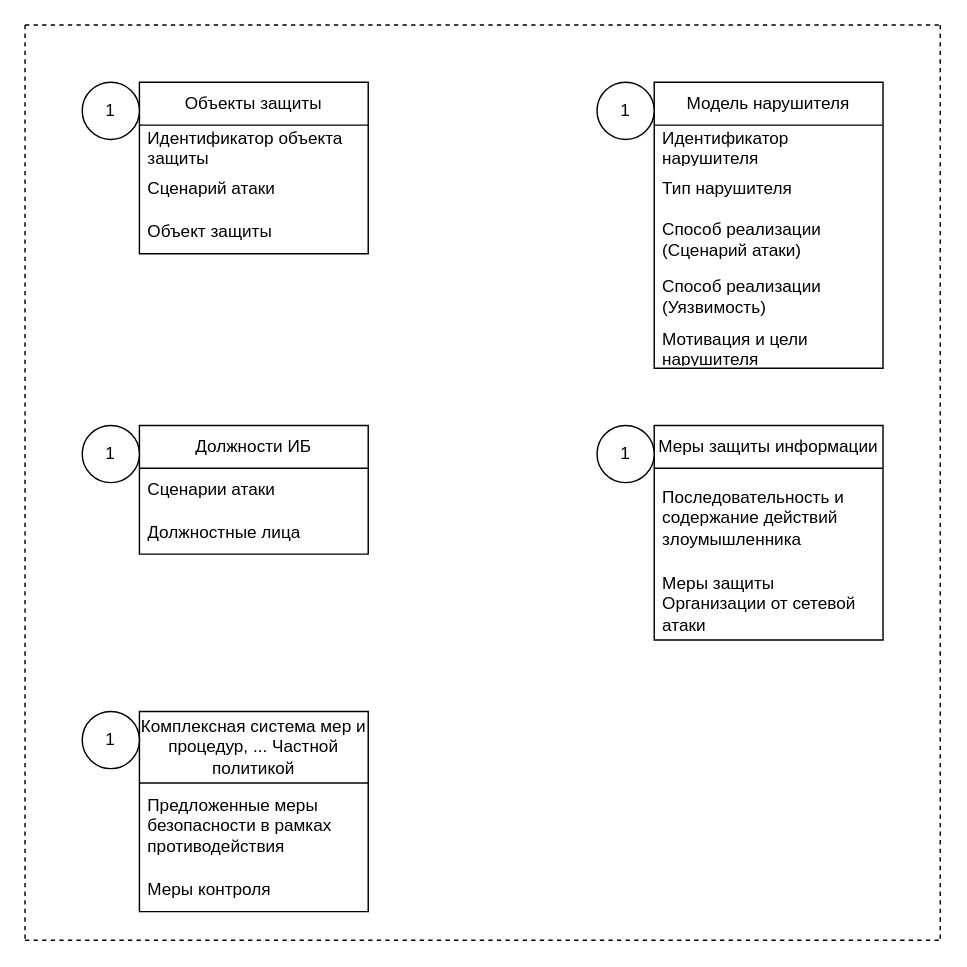
Above: (Старая схема ОПЗ) Частная политика.drawio in SmirnovBogdan8/Diplom (draw.io), before the change. Source tidied: cells renumbered, new cells numbered last; positions are measured from the earlier drawing's top-left corner, leaving out a move shared by most shapes. Both pictures are drawn from the tidied source at 143%, with x=0, y=0 at pixel (24, 24).
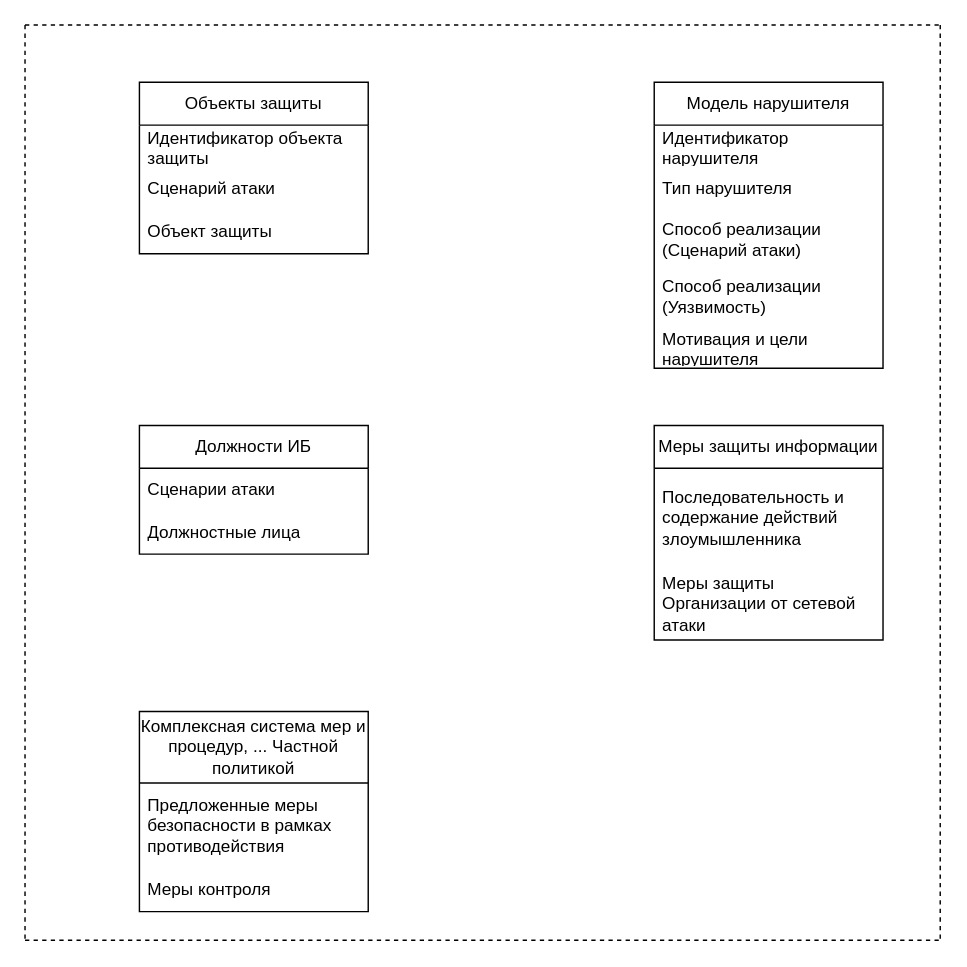
Above is the later version.

Change to the diagram source:
```diff
@@
-    <mxCell id="25" value="1" style="ellipse;whiteSpace=wrap;html=1;" parent="1" vertex="1">
-      <mxGeometry x="40" y="40" width="40" height="40" as="geometry" />
-    </mxCell>
-    <mxCell id="26" value="1" style="ellipse;whiteSpace=wrap;html=1;" parent="1" vertex="1">
-      <mxGeometry x="400" y="40" width="40" height="40" as="geometry" />
-    </mxCell>
-    <mxCell id="27" value="1" style="ellipse;whiteSpace=wrap;html=1;" parent="1" vertex="1">
-      <mxGeometry x="40" y="280" width="40" height="40" as="geometry" />
-    </mxCell>
-    <mxCell id="28" value="1" style="ellipse;whiteSpace=wrap;html=1;" parent="1" vertex="1">
-      <mxGeometry x="400" y="280" width="40" height="40" as="geometry" />
-    </mxCell>
-    <mxCell id="29" value="1" style="ellipse;whiteSpace=wrap;html=1;" parent="1" vertex="1">
-      <mxGeometry x="40" y="480" width="40" height="40" as="geometry" />
-    </mxCell>
```
